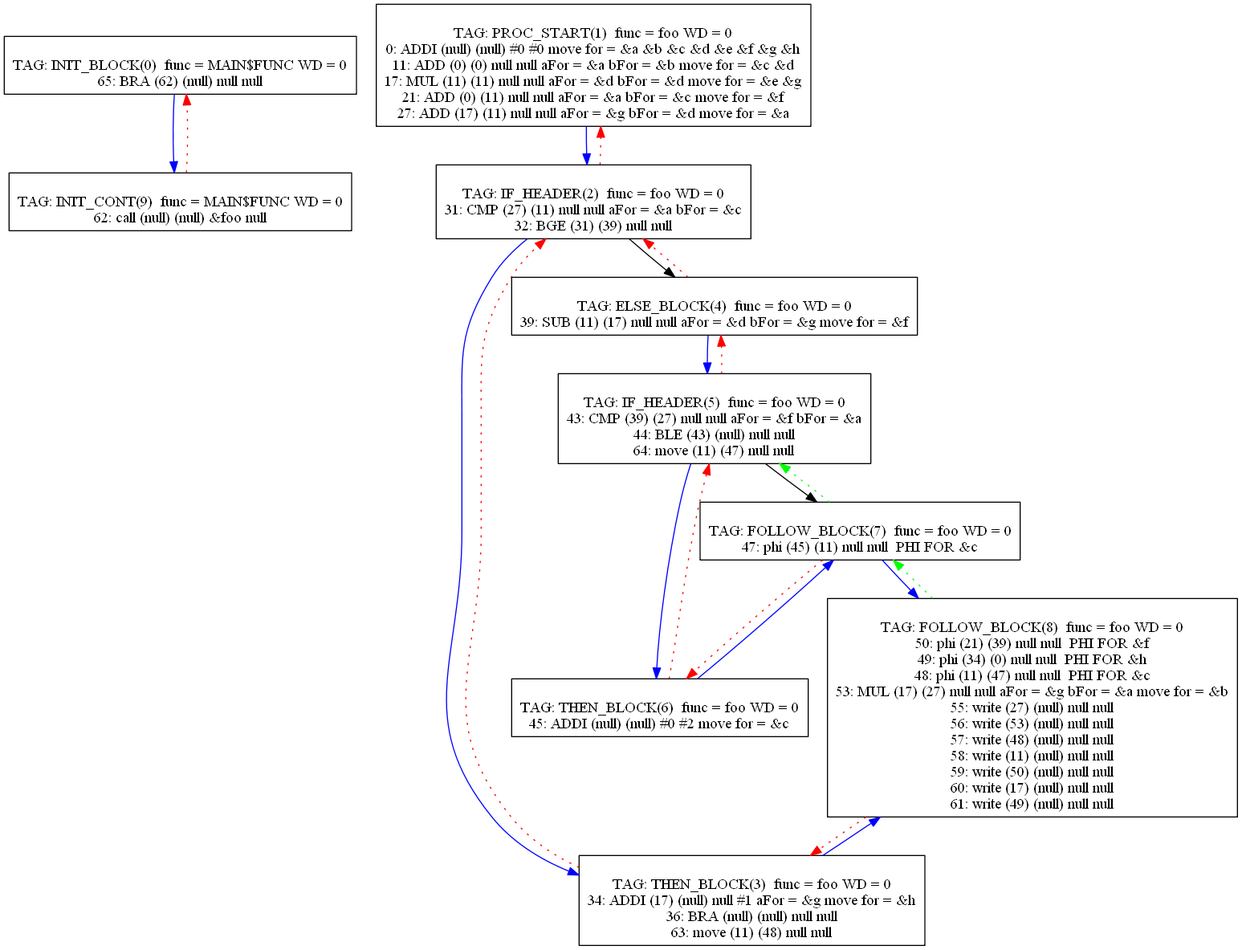
Above: Compiler/18graph.png in mbajaj92/Project-Astoria (Graphviz), before the change. Its source is kept beside it as Compiler/18graph.dot.
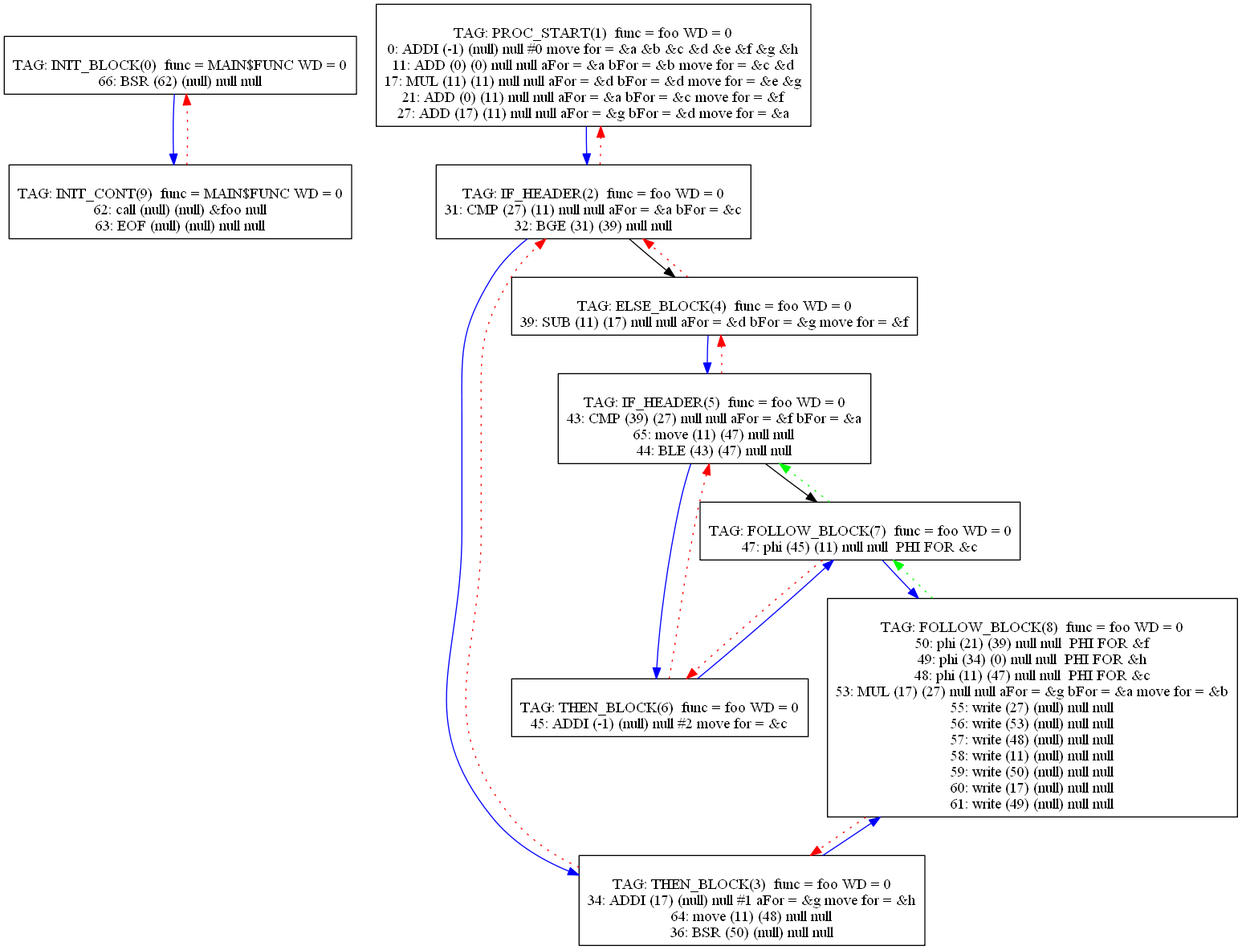
After the commit.

What changed in the source:
```diff
@@ -1,13 +1,13 @@
 digraph {
 0[label="
 TAG: INIT_BLOCK(0)  func = MAIN$FUNC WD = 0
-65: BRA (62) (null) null null
+66: BSR (62) (null) null null
 "];
 0[shape=box];
 0 -> 9[color=blue]
 1[label="
 TAG: PROC_START(1)  func = foo WD = 0
-0: ADDI (null) (null) #0 #0 move for = &a &b &c &d &e &f &g &h
+0: ADDI (-1) (null) null #0 move for = &a &b &c &d &e &f &g &h
 11: ADD (0) (0) null null aFor = &a bFor = &b move for = &c &d
 17: MUL (11) (11) null null aFor = &d bFor = &d move for = &e &g
 21: ADD (0) (11) null null aFor = &a bFor = &c move for = &f
@@ -27,8 +27,8 @@
 3[label="
 TAG: THEN_BLOCK(3)  func = foo WD = 0
 34: ADDI (17) (null) null #1 aFor = &g move for = &h
-36: BRA (null) (null) null null
-63: move (11) (48) null null
+64: move (11) (48) null null
+36: BSR (50) (null) null null
 "];
 3[shape=box];
 3 -> 8[color=blue]
@@ -43,8 +43,8 @@
 5[label="
 TAG: IF_HEADER(5)  func = foo WD = 0
 43: CMP (39) (27) null null aFor = &f bFor = &a
-44: BLE (43) (null) null null
-64: move (11) (47) null null
+65: move (11) (47) null null
+44: BLE (43) (47) null null
 "];
 5[shape=box];
 5 -> 6[color=blue]
@@ -52,7 +52,7 @@
 5 -> 4[color=red][style=dotted]
 6[label="
 TAG: THEN_BLOCK(6)  func = foo WD = 0
-45: ADDI (null) (null) #0 #2 move for = &c
+45: ADDI (-1) (null) null #2 move for = &c
 "];
 6[shape=box];
 6 -> 7[color=blue]
@@ -85,6 +85,7 @@
 9[label="
 TAG: INIT_CONT(9)  func = MAIN$FUNC WD = 0
 62: call (null) (null) &foo null
+63: EOF (null) (null) null null
 "];
 9[shape=box];
 9 -> 0[color=red][style=dotted]
```
